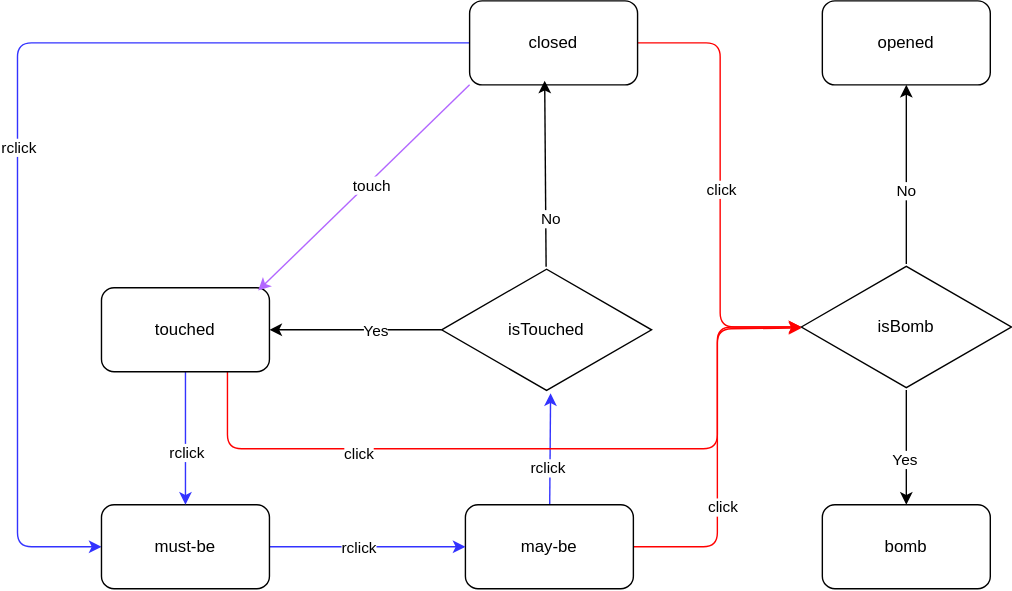
Earlier version of the draw.io export src/components/mine.memo.drawio.svg (kazumatu981/minesweeper). Source tidied: cells renumbered, new cells last; positions are measured from the earlier drawing's top-left corner, leaving out a move shared by most shapes. The source it was exported from:
```xml
<mxGraphModel background="#ffffff">
  <root>
    <mxCell id="0" />
    <mxCell id="1" parent="0" />
    <mxCell id="2" style="edgeStyle=none;html=1;strokeColor=#3333FF;" parent="1" edge="1" source="6" target="14">
      <mxGeometry relative="1" as="geometry">
        <Array as="points">
          <mxPoint y="30" />
          <mxPoint y="390" />
        </Array>
      </mxGeometry>
    </mxCell>
    <mxCell id="3" value="rclick" style="edgeLabel;html=1;align=center;verticalAlign=middle;" parent="2" vertex="1">
      <mxGeometry x="0.07" relative="1" as="geometry" />
    </mxCell>
    <mxCell id="4" style="edgeStyle=elbowEdgeStyle;html=1;strokeColor=#FF0000;" parent="1" edge="1" source="6" target="30">
      <mxGeometry relative="1" as="geometry" />
    </mxCell>
    <mxCell id="5" value="click" style="edgeLabel;html=1;align=center;verticalAlign=middle;" parent="4" vertex="1">
      <mxGeometry x="0.02" relative="1" as="geometry" />
    </mxCell>
    <mxCell id="6" value="closed" style="rounded=1;whiteSpace=wrap;html=1;" parent="1" vertex="1">
      <mxGeometry x="323" width="120" height="60" as="geometry" />
    </mxCell>
    <mxCell id="7" style="edgeStyle=none;html=1;strokeColor=#3333FF;entryX=0.519;entryY=1.004;entryDx=0;entryDy=0;entryPerimeter=0;" parent="1" edge="1" source="11" target="18">
      <mxGeometry relative="1" as="geometry" />
    </mxCell>
    <mxCell id="8" value="rclick" style="edgeLabel;html=1;align=center;verticalAlign=middle;" parent="7" vertex="1">
      <mxGeometry x="-0.35" y="2" relative="1" as="geometry" />
    </mxCell>
    <mxCell id="9" style="edgeStyle=elbowEdgeStyle;html=1;strokeColor=#FF0000;" parent="1" edge="1" source="11" target="30">
      <mxGeometry relative="1" as="geometry" />
    </mxCell>
    <mxCell id="10" value="click" style="edgeLabel;html=1;align=center;verticalAlign=middle;" parent="9" vertex="1">
      <mxGeometry x="-0.36" y="-3" relative="1" as="geometry" />
    </mxCell>
    <mxCell id="11" value="may-be" style="rounded=1;whiteSpace=wrap;html=1;" parent="1" vertex="1">
      <mxGeometry x="320" y="360" width="120" height="60" as="geometry" />
    </mxCell>
    <mxCell id="12" style="html=1;elbow=vertical;strokeColor=#3333FF;" parent="1" edge="1" source="14" target="11">
      <mxGeometry relative="1" as="geometry" />
    </mxCell>
    <mxCell id="13" value="rclick" style="edgeLabel;html=1;align=center;verticalAlign=middle;" parent="12" vertex="1">
      <mxGeometry x="-0.1" relative="1" as="geometry" />
    </mxCell>
    <mxCell id="14" value="must-be" style="rounded=1;whiteSpace=wrap;html=1;" parent="1" vertex="1">
      <mxGeometry x="60" y="360" width="120" height="60" as="geometry" />
    </mxCell>
    <mxCell id="15" value="opened" style="rounded=1;whiteSpace=wrap;html=1;" parent="1" vertex="1">
      <mxGeometry x="575" width="120" height="60" as="geometry" />
    </mxCell>
    <mxCell id="16" style="edgeStyle=none;html=1;" parent="1" edge="1" source="18" target="23">
      <mxGeometry relative="1" as="geometry" />
    </mxCell>
    <mxCell id="17" value="Yes" style="edgeLabel;html=1;align=center;verticalAlign=middle;" parent="16" vertex="1">
      <mxGeometry x="-0.22" relative="1" as="geometry" />
    </mxCell>
    <mxCell id="18" value="isTouched" style="html=1;whiteSpace=wrap;shape=isoRectangle;" parent="1" vertex="1">
      <mxGeometry x="303" y="190" width="150" height="90" as="geometry" />
    </mxCell>
    <mxCell id="19" style="edgeStyle=none;html=1;strokeColor=#3333FF;" parent="1" edge="1" source="23" target="14">
      <mxGeometry relative="1" as="geometry" />
    </mxCell>
    <mxCell id="20" value="rclick" style="edgeLabel;html=1;align=center;verticalAlign=middle;" parent="19" vertex="1">
      <mxGeometry x="0.2" relative="1" as="geometry" />
    </mxCell>
    <mxCell id="21" style="edgeStyle=none;html=1;exitX=0.75;exitY=1;exitDx=0;exitDy=0;strokeColor=#FF0000;" parent="1" edge="1" source="23" target="30">
      <mxGeometry relative="1" as="geometry">
        <Array as="points">
          <mxPoint x="150" y="320" />
          <mxPoint x="500" y="320" />
          <mxPoint x="500" y="234.3" />
        </Array>
      </mxGeometry>
    </mxCell>
    <mxCell id="22" value="click" style="edgeLabel;html=1;align=center;verticalAlign=middle;" parent="21" vertex="1">
      <mxGeometry x="-0.46" y="-3" relative="1" as="geometry" />
    </mxCell>
    <mxCell id="23" value="touched" style="rounded=1;whiteSpace=wrap;html=1;" parent="1" vertex="1">
      <mxGeometry x="60" y="205" width="120" height="60" as="geometry" />
    </mxCell>
    <mxCell id="24" style="edgeStyle=none;html=1;entryX=0.447;entryY=0.95;entryDx=0;entryDy=0;entryPerimeter=0;" parent="1" edge="1" source="18" target="6">
      <mxGeometry relative="1" as="geometry" />
    </mxCell>
    <mxCell id="25" value="No" style="edgeLabel;html=1;align=center;verticalAlign=middle;" parent="24" vertex="1">
      <mxGeometry x="-0.49" y="-3" relative="1" as="geometry" />
    </mxCell>
    <mxCell id="26" style="edgeStyle=none;html=1;" parent="1" edge="1" source="30" target="31">
      <mxGeometry relative="1" as="geometry" />
    </mxCell>
    <mxCell id="27" value="Yes" style="edgeLabel;html=1;align=center;verticalAlign=middle;" parent="26" vertex="1">
      <mxGeometry x="0.2" y="-2" relative="1" as="geometry" />
    </mxCell>
    <mxCell id="28" style="edgeStyle=none;html=1;" parent="1" edge="1" source="30" target="15">
      <mxGeometry relative="1" as="geometry" />
    </mxCell>
    <mxCell id="29" value="No" style="edgeLabel;html=1;align=center;verticalAlign=middle;" parent="28" vertex="1">
      <mxGeometry x="-0.18" y="1" relative="1" as="geometry" />
    </mxCell>
    <mxCell id="30" value="isBomb" style="html=1;whiteSpace=wrap;shape=isoRectangle;" parent="1" vertex="1">
      <mxGeometry x="560" y="188" width="150" height="90" as="geometry" />
    </mxCell>
    <mxCell id="31" value="bomb" style="rounded=1;whiteSpace=wrap;html=1;" parent="1" vertex="1">
      <mxGeometry x="575" y="360" width="120" height="60" as="geometry" />
    </mxCell>
    <mxCell id="32" style="edgeStyle=none;html=1;exitX=0;exitY=1;exitDx=0;exitDy=0;entryX=0.933;entryY=0.033;entryDx=0;entryDy=0;entryPerimeter=0;strokeColor=#B266FF;" parent="1" edge="1" source="6" target="23">
      <mxGeometry relative="1" as="geometry" />
    </mxCell>
    <mxCell id="33" value="touch" style="edgeLabel;html=1;align=center;verticalAlign=middle;" parent="32" vertex="1">
      <mxGeometry x="-0.05" y="2" relative="1" as="geometry" />
    </mxCell>
  </root>
</mxGraphModel>
```
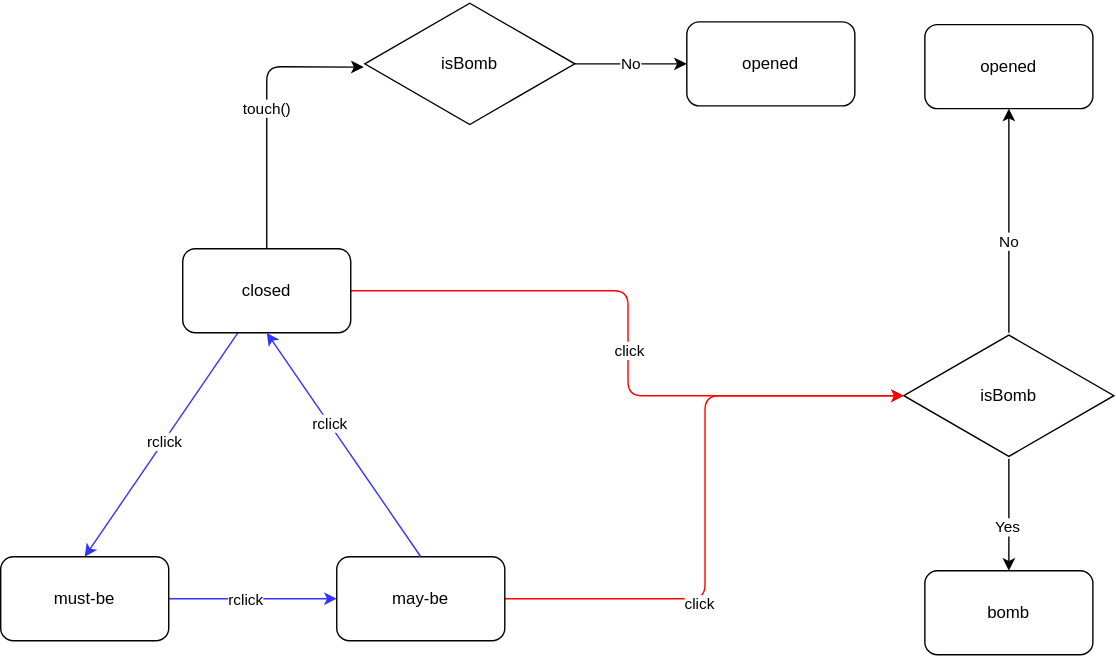
The same diagram one commit later.

Change to the diagram source:
```diff
@@ -2,16 +2,11 @@
   <root>
     <mxCell id="0" />
     <mxCell id="1" parent="0" />
-    <mxCell id="2" style="edgeStyle=none;html=1;strokeColor=#3333FF;" parent="1" edge="1" source="6" target="14">
-      <mxGeometry relative="1" as="geometry">
-        <Array as="points">
-          <mxPoint y="30" />
-          <mxPoint y="390" />
-        </Array>
-      </mxGeometry>
+    <mxCell id="2" style="edgeStyle=none;html=1;strokeColor=#3333FF;entryX=0.5;entryY=0;entryDx=0;entryDy=0;" parent="1" edge="1" source="6" target="14">
+      <mxGeometry relative="1" as="geometry" />
     </mxCell>
     <mxCell id="3" value="rclick" style="edgeLabel;html=1;align=center;verticalAlign=middle;" parent="2" vertex="1">
-      <mxGeometry x="0.07" relative="1" as="geometry" />
+      <mxGeometry x="-0.03" relative="1" as="geometry" />
     </mxCell>
     <mxCell id="4" style="edgeStyle=elbowEdgeStyle;html=1;strokeColor=#FF0000;" parent="1" edge="1" source="6" target="30">
       <mxGeometry relative="1" as="geometry" />
@@ -20,14 +15,8 @@
       <mxGeometry x="0.02" relative="1" as="geometry" />
     </mxCell>
     <mxCell id="6" value="closed" style="rounded=1;whiteSpace=wrap;html=1;" parent="1" vertex="1">
-      <mxGeometry x="323" width="120" height="60" as="geometry" />
+      <mxGeometry x="90" y="140" width="120" height="60" as="geometry" />
     </mxCell>
-    <mxCell id="7" style="edgeStyle=none;html=1;strokeColor=#3333FF;entryX=0.519;entryY=1.004;entryDx=0;entryDy=0;entryPerimeter=0;" parent="1" edge="1" source="11" target="18">
-      <mxGeometry relative="1" as="geometry" />
-    </mxCell>
-    <mxCell id="8" value="rclick" style="edgeLabel;html=1;align=center;verticalAlign=middle;" parent="7" vertex="1">
-      <mxGeometry x="-0.35" y="2" relative="1" as="geometry" />
-    </mxCell>
     <mxCell id="9" style="edgeStyle=elbowEdgeStyle;html=1;strokeColor=#FF0000;" parent="1" edge="1" source="11" target="30">
       <mxGeometry relative="1" as="geometry" />
     </mxCell>
@@ -35,7 +24,7 @@
       <mxGeometry x="-0.36" y="-3" relative="1" as="geometry" />
     </mxCell>
     <mxCell id="11" value="may-be" style="rounded=1;whiteSpace=wrap;html=1;" parent="1" vertex="1">
-      <mxGeometry x="320" y="360" width="120" height="60" as="geometry" />
+      <mxGeometry x="200" y="360" width="120" height="60" as="geometry" />
     </mxCell>
     <mxCell id="12" style="html=1;elbow=vertical;strokeColor=#3333FF;" parent="1" edge="1" source="14" target="11">
       <mxGeometry relative="1" as="geometry" />
@@ -44,47 +33,17 @@
       <mxGeometry x="-0.1" relative="1" as="geometry" />
     </mxCell>
     <mxCell id="14" value="must-be" style="rounded=1;whiteSpace=wrap;html=1;" parent="1" vertex="1">
-      <mxGeometry x="60" y="360" width="120" height="60" as="geometry" />
+      <mxGeometry x="-40" y="360" width="120" height="60" as="geometry" />
     </mxCell>
     <mxCell id="15" value="opened" style="rounded=1;whiteSpace=wrap;html=1;" parent="1" vertex="1">
-      <mxGeometry x="575" width="120" height="60" as="geometry" />
+      <mxGeometry x="620" y="-20" width="120" height="60" as="geometry" />
     </mxCell>
-    <mxCell id="16" style="edgeStyle=none;html=1;" parent="1" edge="1" source="18" target="23">
-      <mxGeometry relative="1" as="geometry" />
-    </mxCell>
-    <mxCell id="17" value="Yes" style="edgeLabel;html=1;align=center;verticalAlign=middle;" parent="16" vertex="1">
-      <mxGeometry x="-0.22" relative="1" as="geometry" />
-    </mxCell>
-    <mxCell id="18" value="isTouched" style="html=1;whiteSpace=wrap;shape=isoRectangle;" parent="1" vertex="1">
-      <mxGeometry x="303" y="190" width="150" height="90" as="geometry" />
-    </mxCell>
-    <mxCell id="19" style="edgeStyle=none;html=1;strokeColor=#3333FF;" parent="1" edge="1" source="23" target="14">
+    <mxCell id="19" style="edgeStyle=none;html=1;strokeColor=#3333FF;entryX=0.5;entryY=1;entryDx=0;entryDy=0;exitX=0.5;exitY=0;exitDx=0;exitDy=0;" parent="1" edge="1" source="11" target="6">
       <mxGeometry relative="1" as="geometry" />
     </mxCell>
     <mxCell id="20" value="rclick" style="edgeLabel;html=1;align=center;verticalAlign=middle;" parent="19" vertex="1">
       <mxGeometry x="0.2" relative="1" as="geometry" />
     </mxCell>
-    <mxCell id="21" style="edgeStyle=none;html=1;exitX=0.75;exitY=1;exitDx=0;exitDy=0;strokeColor=#FF0000;" parent="1" edge="1" source="23" target="30">
-      <mxGeometry relative="1" as="geometry">
-        <Array as="points">
-          <mxPoint x="150" y="320" />
-          <mxPoint x="500" y="320" />
-          <mxPoint x="500" y="234.3" />
-        </Array>
-      </mxGeometry>
-    </mxCell>
-    <mxCell id="22" value="click" style="edgeLabel;html=1;align=center;verticalAlign=middle;" parent="21" vertex="1">
-      <mxGeometry x="-0.46" y="-3" relative="1" as="geometry" />
-    </mxCell>
-    <mxCell id="23" value="touched" style="rounded=1;whiteSpace=wrap;html=1;" parent="1" vertex="1">
-      <mxGeometry x="60" y="205" width="120" height="60" as="geometry" />
-    </mxCell>
-    <mxCell id="24" style="edgeStyle=none;html=1;entryX=0.447;entryY=0.95;entryDx=0;entryDy=0;entryPerimeter=0;" parent="1" edge="1" source="18" target="6">
-      <mxGeometry relative="1" as="geometry" />
-    </mxCell>
-    <mxCell id="25" value="No" style="edgeLabel;html=1;align=center;verticalAlign=middle;" parent="24" vertex="1">
-      <mxGeometry x="-0.49" y="-3" relative="1" as="geometry" />
-    </mxCell>
     <mxCell id="26" style="edgeStyle=none;html=1;" parent="1" edge="1" source="30" target="31">
       <mxGeometry relative="1" as="geometry" />
     </mxCell>
@@ -98,16 +57,26 @@
       <mxGeometry x="-0.18" y="1" relative="1" as="geometry" />
     </mxCell>
     <mxCell id="30" value="isBomb" style="html=1;whiteSpace=wrap;shape=isoRectangle;" parent="1" vertex="1">
-      <mxGeometry x="560" y="188" width="150" height="90" as="geometry" />
+      <mxGeometry x="605" y="200" width="150" height="90" as="geometry" />
     </mxCell>
     <mxCell id="31" value="bomb" style="rounded=1;whiteSpace=wrap;html=1;" parent="1" vertex="1">
-      <mxGeometry x="575" y="360" width="120" height="60" as="geometry" />
+      <mxGeometry x="620" y="370" width="120" height="60" as="geometry" />
     </mxCell>
-    <mxCell id="32" style="edgeStyle=none;html=1;exitX=0;exitY=1;exitDx=0;exitDy=0;entryX=0.933;entryY=0.033;entryDx=0;entryDy=0;entryPerimeter=0;strokeColor=#B266FF;" parent="1" edge="1" source="6" target="23">
-      <mxGeometry relative="1" as="geometry" />
-    </mxCell>
-    <mxCell id="33" value="touch" style="edgeLabel;html=1;align=center;verticalAlign=middle;" parent="32" vertex="1">
-      <mxGeometry x="-0.05" y="2" relative="1" as="geometry" />
-    </mxCell>
+    <mxCell id="25" value="No" style="edgeStyle=none;html=1;entryX=0;entryY=0.5;entryDx=0;entryDy=0;" parent="1" edge="1" source="34" target="36">
+      <mxGeometry relative="1" as="geometry" />
+    </mxCell>
+    <mxCell id="34" value="isBomb" style="html=1;whiteSpace=wrap;shape=isoRectangle;" parent="1" vertex="1">
+      <mxGeometry x="220" y="-37" width="150" height="90" as="geometry" />
+    </mxCell>
+    <mxCell id="35" value="touch()" style="edgeStyle=none;html=1;entryX=-0.005;entryY=0.526;entryDx=0;entryDy=0;entryPerimeter=0;" parent="1" edge="1" source="6" target="34">
+      <mxGeometry relative="1" as="geometry">
+        <Array as="points">
+          <mxPoint x="150" y="10" />
+        </Array>
+      </mxGeometry>
+    </mxCell>
+    <mxCell id="36" value="opened" style="rounded=1;whiteSpace=wrap;html=1;" parent="1" vertex="1">
+      <mxGeometry x="450" y="-22" width="120" height="60" as="geometry" />
+    </mxCell>
   </root>
 </mxGraphModel>
```
